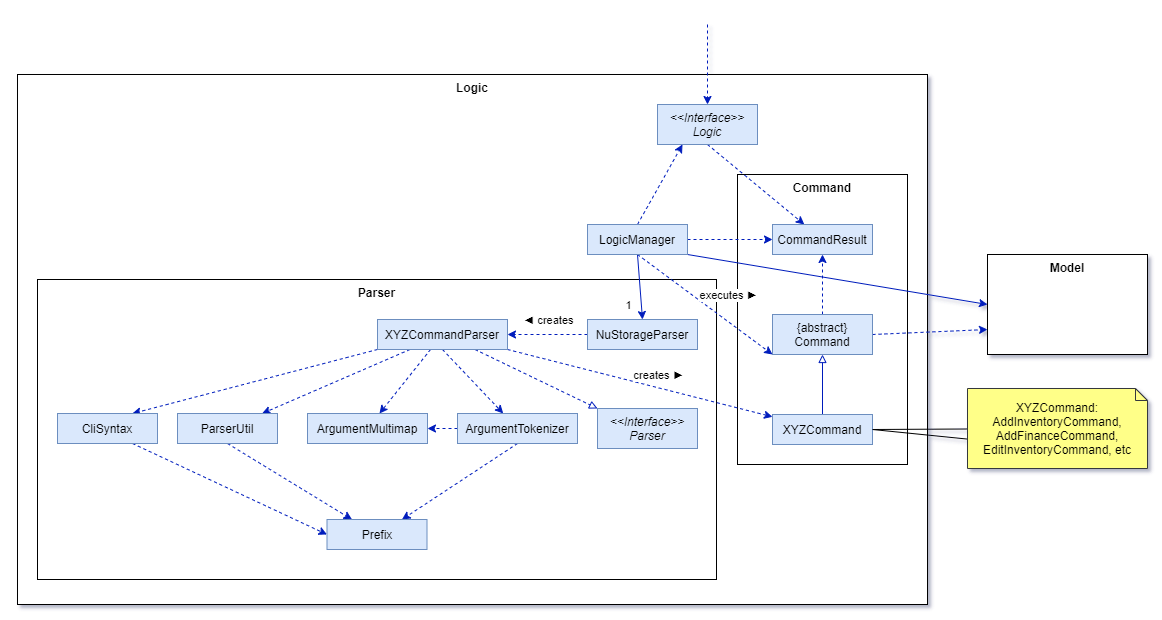
nus-cs2103-AY2021S1/tp keeps this draw.io diagram as docs/images/LogicClassDiagram.png. Above is the earlier version. Source tidied: cells renumbered, new cells last; positions are measured from the earlier drawing's top-left corner, leaving out a move shared by most shapes.
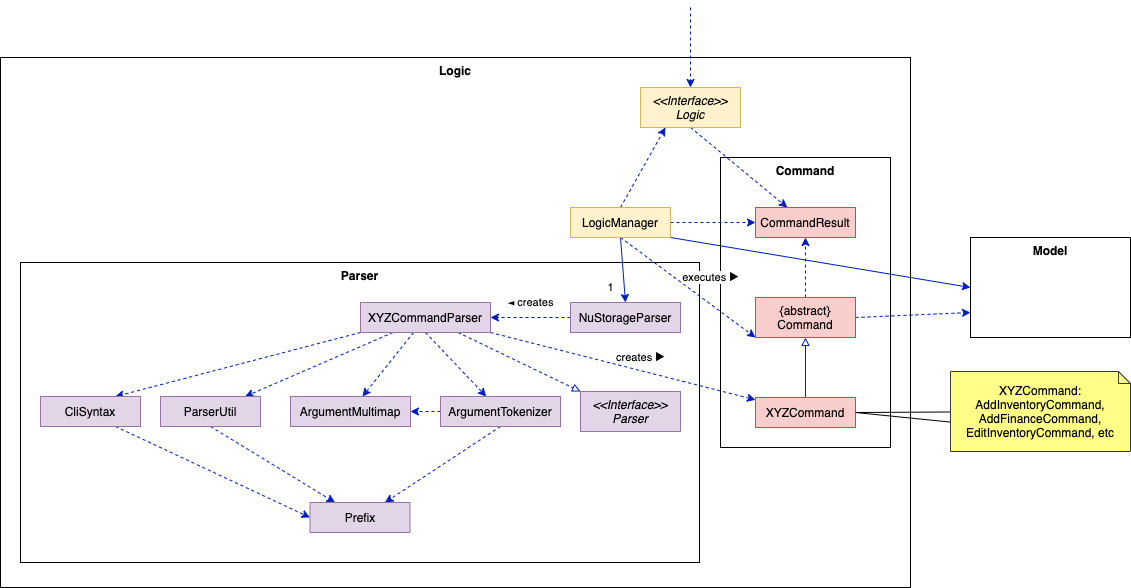
After the change.

Commit message:
Clean up diagrams

Change to the diagram source:
```diff
@@ -19,7 +19,7 @@
     <mxCell id="6" style="edgeStyle=none;rounded=0;jettySize=auto;html=1;exitX=0.5;exitY=1;exitDx=0;exitDy=0;dashed=1;endArrow=classic;endFill=1;fillColor=#0050ef;strokeColor=#001DBC;" parent="1" edge="1" source="7" target="16">
       <mxGeometry relative="1" as="geometry" />
     </mxCell>
-    <mxCell id="7" value="&amp;lt;&amp;lt;Interface&amp;gt;&amp;gt;&lt;br&gt;Logic" style="rounded=0;whiteSpace=wrap;html=1;fillColor=#dae8fc;strokeColor=#6c8ebf;fontStyle=2;" parent="1" vertex="1">
+    <mxCell id="7" value="&amp;lt;&amp;lt;Interface&amp;gt;&amp;gt;&lt;br&gt;Logic" style="rounded=0;whiteSpace=wrap;html=1;fillColor=#fff2cc;strokeColor=#d6b656;fontStyle=2;" parent="1" vertex="1">
       <mxGeometry x="640" y="80" width="100" height="40" as="geometry" />
     </mxCell>
     <mxCell id="8" style="edgeStyle=none;rounded=0;jettySize=auto;html=1;exitX=1;exitY=0.5;exitDx=0;exitDy=0;entryX=0;entryY=0.5;entryDx=0;entryDy=0;dashed=1;endArrow=classic;endFill=1;fillColor=#0050ef;strokeColor=#001DBC;" parent="1" edge="1" source="15" target="16">
@@ -47,10 +47,10 @@
         <mxPoint x="59" y="17" as="offset" />
       </mxGeometry>
     </mxCell>
-    <mxCell id="15" value="&lt;span style=&quot;font-style: normal&quot;&gt;LogicManager&lt;/span&gt;" style="rounded=0;whiteSpace=wrap;html=1;fillColor=#dae8fc;strokeColor=#6c8ebf;fontStyle=2;" parent="1" vertex="1">
+    <mxCell id="15" value="&lt;span style=&quot;font-style: normal&quot;&gt;LogicManager&lt;/span&gt;" style="rounded=0;whiteSpace=wrap;html=1;fillColor=#fff2cc;strokeColor=#d6b656;fontStyle=2;" parent="1" vertex="1">
       <mxGeometry x="570" y="200" width="100" height="30" as="geometry" />
     </mxCell>
-    <mxCell id="16" value="&lt;span style=&quot;font-style: normal&quot;&gt;CommandResult&lt;/span&gt;" style="rounded=0;whiteSpace=wrap;html=1;fillColor=#dae8fc;strokeColor=#6c8ebf;fontStyle=2;" parent="1" vertex="1">
+    <mxCell id="16" value="&lt;span style=&quot;font-style: normal&quot;&gt;CommandResult&lt;/span&gt;" style="rounded=0;whiteSpace=wrap;html=1;fillColor=#f8cecc;strokeColor=#b85450;fontStyle=2;" parent="1" vertex="1">
       <mxGeometry x="755" y="200" width="100" height="30" as="geometry" />
     </mxCell>
     <mxCell id="17" style="edgeStyle=none;rounded=0;jettySize=auto;html=1;exitX=0.5;exitY=0;exitDx=0;exitDy=0;entryX=0.5;entryY=1;entryDx=0;entryDy=0;dashed=1;endArrow=classic;endFill=1;fillColor=#0050ef;strokeColor=#001DBC;" parent="1" edge="1" source="19" target="16">
@@ -59,7 +59,7 @@
     <mxCell id="18" style="edgeStyle=none;rounded=0;jettySize=auto;html=1;exitX=1;exitY=0.5;exitDx=0;exitDy=0;entryX=0;entryY=0.75;entryDx=0;entryDy=0;endArrow=classic;endFill=1;dashed=1;fillColor=#0050ef;strokeColor=#001DBC;" parent="1" edge="1" source="19" target="44">
       <mxGeometry relative="1" as="geometry" />
     </mxCell>
-    <mxCell id="19" value="&lt;span style=&quot;font-style: normal&quot;&gt;{abstract}&lt;br&gt;Command&lt;/span&gt;" style="rounded=0;whiteSpace=wrap;html=1;fillColor=#dae8fc;strokeColor=#6c8ebf;fontStyle=2;" parent="1" vertex="1">
+    <mxCell id="19" value="&lt;span style=&quot;font-style: normal&quot;&gt;{abstract}&lt;br&gt;Command&lt;/span&gt;" style="rounded=0;whiteSpace=wrap;html=1;fillColor=#f8cecc;strokeColor=#b85450;fontStyle=2;" parent="1" vertex="1">
       <mxGeometry x="755" y="290" width="100" height="40" as="geometry" />
     </mxCell>
     <mxCell id="20" style="edgeStyle=none;rounded=0;jettySize=auto;html=1;exitX=0.5;exitY=0;exitDx=0;exitDy=0;entryX=0.5;entryY=1;entryDx=0;entryDy=0;endArrow=block;endFill=0;fillColor=#0050ef;strokeColor=#001DBC;" parent="1" edge="1" source="22" target="19">
@@ -68,7 +68,7 @@
     <mxCell id="21" style="edgeStyle=none;rounded=0;jettySize=auto;html=1;exitX=1;exitY=0.5;exitDx=0;exitDy=0;entryX=0.016;entryY=0.636;entryDx=0;entryDy=0;entryPerimeter=0;endArrow=none;endFill=0;" parent="1" edge="1" source="22" target="46">
       <mxGeometry relative="1" as="geometry" />
     </mxCell>
-    <mxCell id="22" value="&lt;span style=&quot;font-style: normal&quot;&gt;XYZCommand&lt;/span&gt;" style="rounded=0;whiteSpace=wrap;html=1;fillColor=#dae8fc;strokeColor=#6c8ebf;fontStyle=2;" parent="1" vertex="1">
+    <mxCell id="22" value="&lt;span style=&quot;font-style: normal&quot;&gt;XYZCommand&lt;/span&gt;" style="rounded=0;whiteSpace=wrap;html=1;fillColor=#f8cecc;strokeColor=#b85450;fontStyle=2;" parent="1" vertex="1">
       <mxGeometry x="755" y="390" width="100" height="30" as="geometry" />
     </mxCell>
     <mxCell id="23" style="edgeStyle=orthogonalEdgeStyle;rounded=0;jettySize=auto;html=1;dashed=1;fontStyle=0;fillColor=#0050ef;strokeColor=#001DBC;" parent="1" edge="1" source="25" target="33">
@@ -79,7 +79,7 @@
         <mxPoint x="9" y="-15" as="offset" />
       </mxGeometry>
     </mxCell>
-    <mxCell id="25" value="&lt;span style=&quot;font-style: normal&quot;&gt;NuStorageParser&lt;/span&gt;" style="rounded=0;whiteSpace=wrap;html=1;fillColor=#dae8fc;strokeColor=#6c8ebf;fontStyle=2;" parent="1" vertex="1">
+    <mxCell id="25" value="&lt;span style=&quot;font-style: normal&quot;&gt;NuStorageParser&lt;/span&gt;" style="rounded=0;whiteSpace=wrap;html=1;fillColor=#e1d5e7;strokeColor=#9673a6;fontStyle=2;" parent="1" vertex="1">
       <mxGeometry x="570" y="295" width="110" height="30" as="geometry" />
     </mxCell>
     <mxCell id="26" style="rounded=0;jettySize=auto;html=1;dashed=1;fillColor=#0050ef;strokeColor=#001DBC;" parent="1" edge="1" source="33" target="38">
@@ -105,10 +105,10 @@
         <mxPoint x="6.2" y="-16.6" as="offset" />
       </mxGeometry>
     </mxCell>
-    <mxCell id="33" value="&lt;span style=&quot;font-style: normal&quot;&gt;XYZCommandParser&lt;/span&gt;" style="rounded=0;whiteSpace=wrap;html=1;fillColor=#dae8fc;strokeColor=#6c8ebf;fontStyle=2;" parent="1" vertex="1">
+    <mxCell id="33" value="&lt;span style=&quot;font-style: normal&quot;&gt;XYZCommandParser&lt;/span&gt;" style="rounded=0;whiteSpace=wrap;html=1;fillColor=#e1d5e7;strokeColor=#9673a6;fontStyle=2;" parent="1" vertex="1">
       <mxGeometry x="360" y="295" width="130" height="30" as="geometry" />
     </mxCell>
-    <mxCell id="34" value="&amp;lt;&amp;lt;Interface&amp;gt;&amp;gt;&lt;br&gt;Parser" style="rounded=0;whiteSpace=wrap;html=1;fillColor=#dae8fc;strokeColor=#6c8ebf;fontStyle=2;" parent="1" vertex="1">
+    <mxCell id="34" value="&amp;lt;&amp;lt;Interface&amp;gt;&amp;gt;&lt;br&gt;Parser" style="rounded=0;whiteSpace=wrap;html=1;fillColor=#e1d5e7;strokeColor=#9673a6;fontStyle=2;" parent="1" vertex="1">
       <mxGeometry x="580" y="384" width="100" height="40" as="geometry" />
     </mxCell>
     <mxCell id="35" style="edgeStyle=none;rounded=0;jettySize=auto;html=1;exitX=0;exitY=0.5;exitDx=0;exitDy=0;entryX=1;entryY=0.5;entryDx=0;entryDy=0;dashed=1;endArrow=classic;endFill=1;fillColor=#0050ef;strokeColor=#001DBC;" parent="1" edge="1" source="37" target="38">
@@ -117,25 +117,25 @@
     <mxCell id="36" style="edgeStyle=none;rounded=0;jettySize=auto;html=1;exitX=0.5;exitY=1;exitDx=0;exitDy=0;entryX=0.75;entryY=0;entryDx=0;entryDy=0;dashed=1;endArrow=classic;endFill=1;fillColor=#0050ef;strokeColor=#001DBC;" parent="1" edge="1" source="37" target="43">
       <mxGeometry relative="1" as="geometry" />
     </mxCell>
-    <mxCell id="37" value="&lt;span style=&quot;font-style: normal&quot;&gt;ArgumentTokenizer&lt;/span&gt;" style="rounded=0;whiteSpace=wrap;html=1;fillColor=#dae8fc;strokeColor=#6c8ebf;fontStyle=2;" parent="1" vertex="1">
+    <mxCell id="37" value="&lt;span style=&quot;font-style: normal&quot;&gt;ArgumentTokenizer&lt;/span&gt;" style="rounded=0;whiteSpace=wrap;html=1;fillColor=#e1d5e7;strokeColor=#9673a6;fontStyle=2;" parent="1" vertex="1">
       <mxGeometry x="440" y="389" width="120" height="30" as="geometry" />
     </mxCell>
-    <mxCell id="38" value="&lt;span style=&quot;font-style: normal&quot;&gt;ArgumentMultimap&lt;/span&gt;" style="rounded=0;whiteSpace=wrap;html=1;fillColor=#dae8fc;strokeColor=#6c8ebf;fontStyle=2;" parent="1" vertex="1">
+    <mxCell id="38" value="&lt;span style=&quot;font-style: normal&quot;&gt;ArgumentMultimap&lt;/span&gt;" style="rounded=0;whiteSpace=wrap;html=1;fillColor=#e1d5e7;strokeColor=#9673a6;fontStyle=2;" parent="1" vertex="1">
       <mxGeometry x="290" y="389" width="120" height="30" as="geometry" />
     </mxCell>
     <mxCell id="39" style="edgeStyle=none;rounded=0;jettySize=auto;html=1;exitX=0.5;exitY=1;exitDx=0;exitDy=0;entryX=0.25;entryY=0;entryDx=0;entryDy=0;dashed=1;endArrow=classic;endFill=1;fillColor=#0050ef;strokeColor=#001DBC;" parent="1" edge="1" source="40" target="43">
       <mxGeometry relative="1" as="geometry" />
     </mxCell>
-    <mxCell id="40" value="&lt;span style=&quot;font-style: normal&quot;&gt;ParserUtil&lt;/span&gt;" style="rounded=0;whiteSpace=wrap;html=1;fillColor=#dae8fc;strokeColor=#6c8ebf;fontStyle=2;" parent="1" vertex="1">
+    <mxCell id="40" value="&lt;span style=&quot;font-style: normal&quot;&gt;ParserUtil&lt;/span&gt;" style="rounded=0;whiteSpace=wrap;html=1;fillColor=#e1d5e7;strokeColor=#9673a6;fontStyle=2;" parent="1" vertex="1">
       <mxGeometry x="160" y="389" width="100" height="30" as="geometry" />
     </mxCell>
     <mxCell id="41" style="edgeStyle=none;rounded=0;jettySize=auto;html=1;exitX=0.75;exitY=1;exitDx=0;exitDy=0;entryX=0;entryY=0.5;entryDx=0;entryDy=0;dashed=1;endArrow=classic;endFill=1;fillColor=#0050ef;strokeColor=#001DBC;" parent="1" edge="1" source="42" target="43">
       <mxGeometry relative="1" as="geometry" />
     </mxCell>
-    <mxCell id="42" value="&lt;span style=&quot;font-style: normal&quot;&gt;CliSyntax&lt;/span&gt;" style="rounded=0;whiteSpace=wrap;html=1;fillColor=#dae8fc;strokeColor=#6c8ebf;fontStyle=2;" parent="1" vertex="1">
+    <mxCell id="42" value="&lt;span style=&quot;font-style: normal&quot;&gt;CliSyntax&lt;/span&gt;" style="rounded=0;whiteSpace=wrap;html=1;fillColor=#e1d5e7;strokeColor=#9673a6;fontStyle=2;" parent="1" vertex="1">
       <mxGeometry x="40" y="389" width="100" height="30" as="geometry" />
     </mxCell>
-    <mxCell id="43" value="&lt;span style=&quot;font-style: normal&quot;&gt;Prefix&lt;/span&gt;" style="rounded=0;whiteSpace=wrap;html=1;fillColor=#dae8fc;strokeColor=#6c8ebf;fontStyle=2;" parent="1" vertex="1">
+    <mxCell id="43" value="&lt;span style=&quot;font-style: normal&quot;&gt;Prefix&lt;/span&gt;" style="rounded=0;whiteSpace=wrap;html=1;fillColor=#e1d5e7;strokeColor=#9673a6;fontStyle=2;" parent="1" vertex="1">
       <mxGeometry x="309.5" y="495" width="100" height="30" as="geometry" />
     </mxCell>
     <mxCell id="44" value="Model" style="rounded=0;whiteSpace=wrap;html=1;labelPosition=center;verticalLabelPosition=middle;align=center;verticalAlign=top;horizontal=1;fontStyle=1;" parent="1" vertex="1">
```
